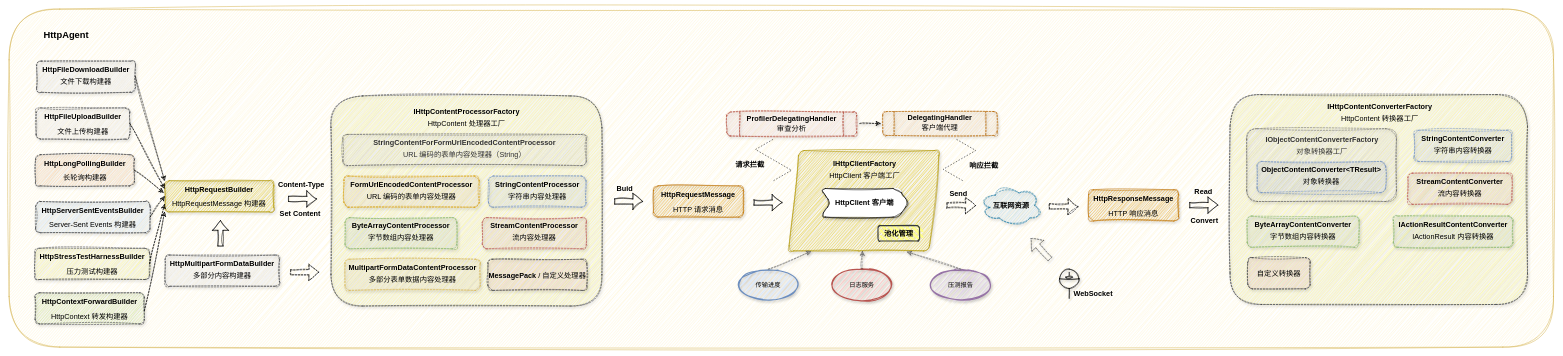
The draw.io diagram drawio/HttpAgent.drawio in MonkSoul/HttpAgent, before the edit. Source tidied: cells renumbered, new cells numbered last; positions are measured from the earlier drawing's top-left corner, leaving out a move shared by most shapes. Both pictures are drawn from the tidied source at 52%, with x=0, y=0 at pixel (9, 9).
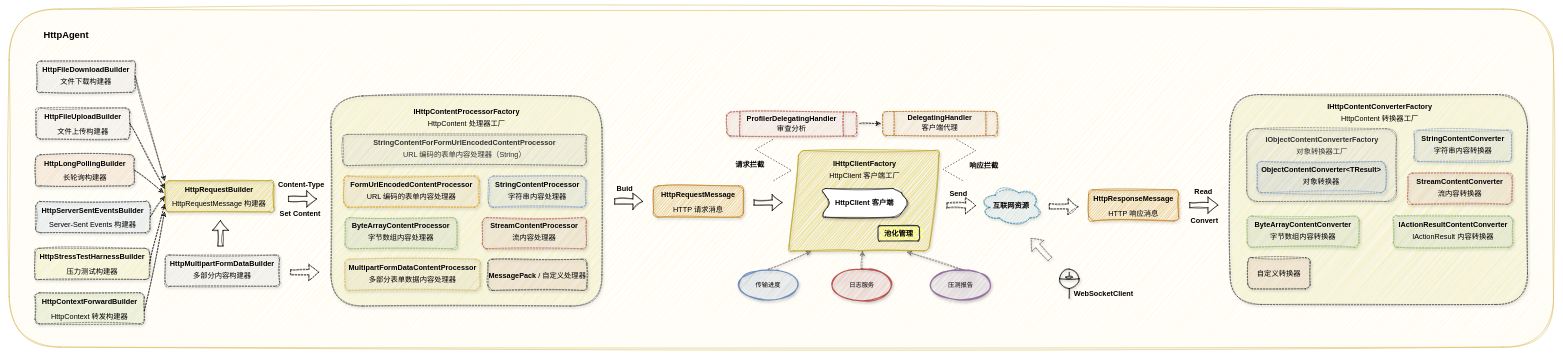
After the change.

Commit message (it also covers changes not shown here):
😊 添加 `WebSocket` 单元测试

Change to the diagram source:
```diff
@@
-    <mxCell id="72" value="WebSocket" style="text;html=1;align=center;verticalAlign=middle;whiteSpace=wrap;rounded=0;fontSize=14;fontStyle=1;" parent="1" vertex="1">
-      <mxGeometry x="2030" y="533" width="110" height="30" as="geometry" />
+    <mxCell id="72" value="WebSocketClient" style="text;html=1;align=center;verticalAlign=middle;whiteSpace=wrap;rounded=0;fontSize=14;fontStyle=1;" parent="1" vertex="1">
+      <mxGeometry x="2030" y="533" width="150" height="30" as="geometry" />
     </mxCell>
```
